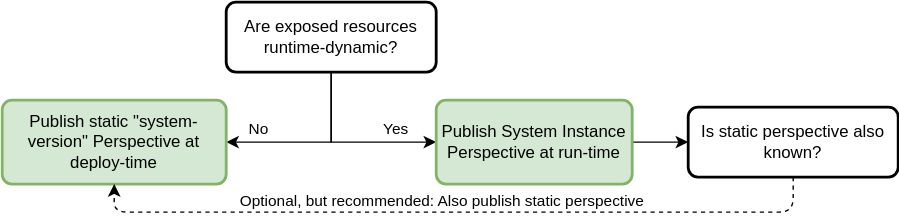
open-resource-discovery/specification keeps this draw.io diagram as static/img/ord-explicit-system-persectices-flow.drawio.svg. Above is the earlier version. Source tidied: cells renumbered, new cells last; positions are measured from the earlier drawing's top-left corner, leaving out a move shared by most shapes.
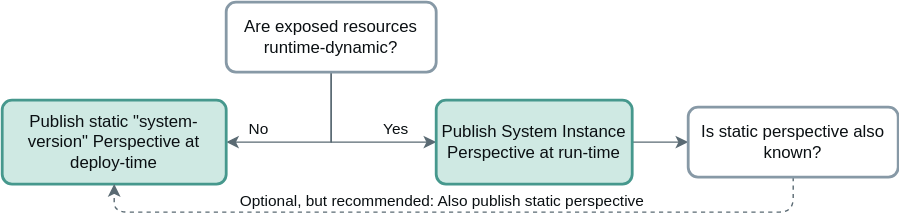
After the commit.

What changed in the source:
```diff
@@ -2,35 +2,35 @@
   <root>
     <mxCell id="0" />
     <mxCell id="1" parent="0" />
-    <mxCell id="2" style="edgeStyle=orthogonalEdgeStyle;rounded=0;jettySize=auto;html=1;entryX=1;entryY=0.5;entryDx=0;entryDy=0;exitX=0.5;exitY=1;exitDx=0;exitDy=0;fontStyle=4;" parent="1" edge="1" source="6" target="9">
+    <mxCell id="2" style="edgeStyle=orthogonalEdgeStyle;rounded=0;jettySize=auto;html=1;entryX=1;entryY=0.5;entryDx=0;entryDy=0;exitX=0.5;exitY=1;exitDx=0;exitDy=0;fontStyle=4;fontColor=#0a0f12;strokeColor=#5a6a73;" parent="1" edge="1" source="6" target="9">
       <mxGeometry relative="1" as="geometry" />
     </mxCell>
-    <mxCell id="3" value="No" style="edgeLabel;html=1;align=center;verticalAlign=middle;" parent="2" vertex="1">
+    <mxCell id="3" value="No" style="edgeLabel;html=1;align=center;verticalAlign=middle;fontColor=#0a0f12;" parent="2" vertex="1">
       <mxGeometry x="0.65" relative="1" as="geometry">
         <mxPoint y="-10" as="offset" />
       </mxGeometry>
     </mxCell>
-    <mxCell id="4" style="edgeStyle=orthogonalEdgeStyle;rounded=0;jettySize=auto;html=1;entryX=0;entryY=0.5;entryDx=0;entryDy=0;exitX=0.5;exitY=1;exitDx=0;exitDy=0;" parent="1" edge="1" source="6" target="8">
+    <mxCell id="4" style="edgeStyle=orthogonalEdgeStyle;rounded=0;jettySize=auto;html=1;entryX=0;entryY=0.5;entryDx=0;entryDy=0;exitX=0.5;exitY=1;exitDx=0;exitDy=0;fontColor=#0a0f12;strokeColor=#5a6a73;" parent="1" edge="1" source="6" target="8">
       <mxGeometry relative="1" as="geometry" />
     </mxCell>
-    <mxCell id="5" value="Yes" style="edgeLabel;html=1;align=center;verticalAlign=middle;" parent="4" vertex="1">
+    <mxCell id="5" value="Yes" style="edgeLabel;html=1;align=center;verticalAlign=middle;fontColor=#0a0f12;" parent="4" vertex="1">
       <mxGeometry x="0.07" y="4" relative="1" as="geometry">
         <mxPoint x="28" y="-6" as="offset" />
       </mxGeometry>
     </mxCell>
-    <mxCell id="6" value="Are exposed resources runtime-dynamic?" style="rounded=1;whiteSpace=wrap;html=1;absoluteArcSize=1;arcSize=14;strokeWidth=2;" parent="1" vertex="1">
+    <mxCell id="6" value="Are exposed resources runtime-dynamic?" style="rounded=1;whiteSpace=wrap;html=1;absoluteArcSize=1;arcSize=14;strokeWidth=2;fontColor=#0a0f12;strokeColor=#8799a6;" parent="1" vertex="1">
       <mxGeometry x="160" width="150" height="50" as="geometry" />
     </mxCell>
-    <mxCell id="7" style="edgeStyle=none;html=1;" parent="1" edge="1" source="8" target="12">
+    <mxCell id="7" style="edgeStyle=none;html=1;fontColor=#0a0f12;strokeColor=#5a6a73;" parent="1" edge="1" source="8" target="12">
       <mxGeometry relative="1" as="geometry" />
     </mxCell>
-    <mxCell id="8" value="Publish System Instance Perspective at run-time" style="rounded=1;whiteSpace=wrap;html=1;absoluteArcSize=1;arcSize=14;strokeWidth=2;fillColor=#d5e8d4;strokeColor=#82b366;" parent="1" vertex="1">
+    <mxCell id="8" value="Publish System Instance Perspective at run-time" style="rounded=1;whiteSpace=wrap;html=1;absoluteArcSize=1;arcSize=14;strokeWidth=2;fillColor=#cfe9e3;strokeColor=#46988d;fontColor=#0a0f12;" parent="1" vertex="1">
       <mxGeometry x="310" y="70" width="140" height="60" as="geometry" />
     </mxCell>
-    <mxCell id="9" value="Publish static &quot;system-version&quot; Perspective at deploy-time" style="rounded=1;whiteSpace=wrap;html=1;absoluteArcSize=1;arcSize=14;strokeWidth=2;fillColor=#d5e8d4;strokeColor=#82b366;" parent="1" vertex="1">
+    <mxCell id="9" value="Publish static &quot;system-version&quot; Perspective at deploy-time" style="rounded=1;whiteSpace=wrap;html=1;absoluteArcSize=1;arcSize=14;strokeWidth=2;fillColor=#cfe9e3;strokeColor=#46988d;fontColor=#0a0f12;" parent="1" vertex="1">
       <mxGeometry y="70" width="160" height="60" as="geometry" />
     </mxCell>
-    <mxCell id="10" style="edgeStyle=none;html=1;entryX=0.5;entryY=1;entryDx=0;entryDy=0;dashed=1;" parent="1" edge="1" source="12" target="9">
+    <mxCell id="10" style="edgeStyle=none;html=1;entryX=0.5;entryY=1;entryDx=0;entryDy=0;dashed=1;fontColor=#0a0f12;strokeColor=#5a6a73;" parent="1" edge="1" source="12" target="9">
       <mxGeometry relative="1" as="geometry">
         <Array as="points">
           <mxPoint x="565" y="150" />
@@ -38,12 +38,12 @@
         </Array>
       </mxGeometry>
     </mxCell>
-    <mxCell id="11" value="Optional, but recommended: Also publish static perspective" style="edgeLabel;html=1;align=center;verticalAlign=middle;" parent="10" vertex="1">
+    <mxCell id="11" value="Optional, but recommended: Also publish static perspective" style="edgeLabel;html=1;align=center;verticalAlign=middle;fontColor=#0a0f12;" parent="10" vertex="1">
       <mxGeometry x="0.46" y="-2" relative="1" as="geometry">
         <mxPoint x="110" y="-7" as="offset" />
       </mxGeometry>
     </mxCell>
-    <mxCell id="12" value="Is static perspective also known?" style="rounded=1;whiteSpace=wrap;html=1;absoluteArcSize=1;arcSize=14;strokeWidth=2;" parent="1" vertex="1">
+    <mxCell id="12" value="Is static perspective also known?" style="rounded=1;whiteSpace=wrap;html=1;absoluteArcSize=1;arcSize=14;strokeWidth=2;fontColor=#0a0f12;strokeColor=#8799a6;" parent="1" vertex="1">
       <mxGeometry x="490" y="75" width="150" height="50" as="geometry" />
     </mxCell>
   </root>
```
